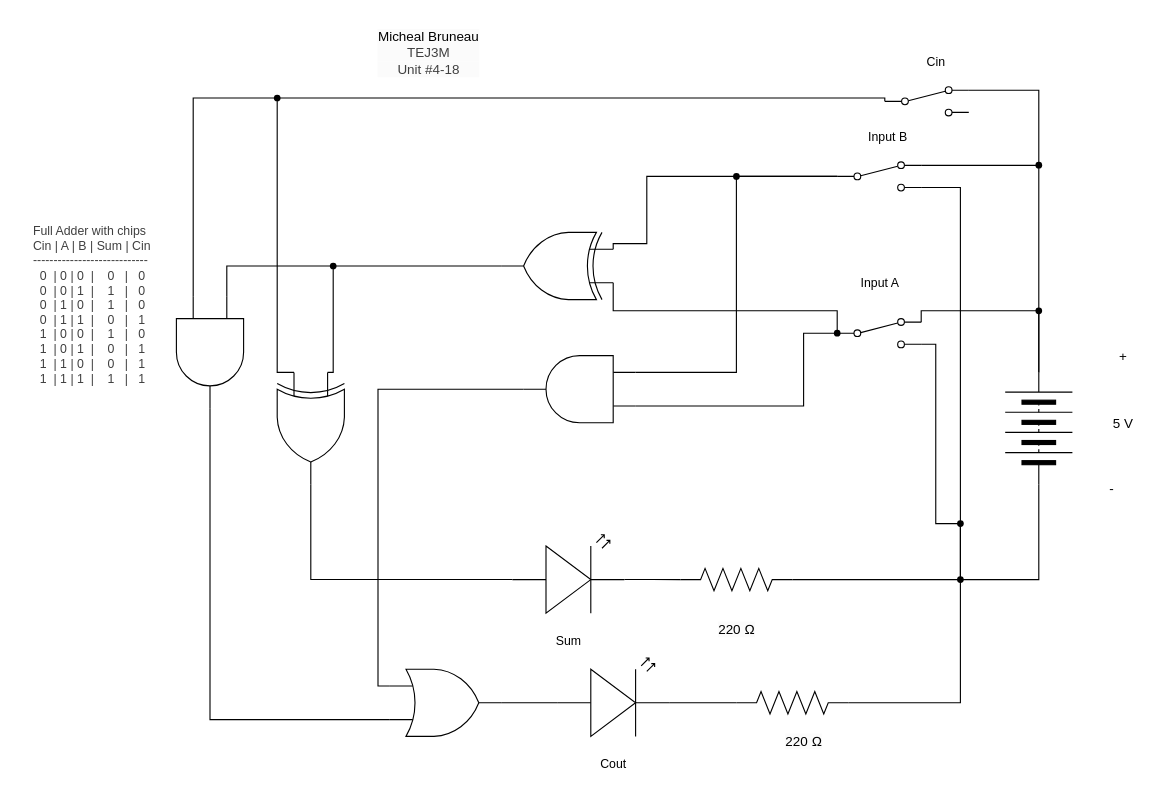
The draw.io diagram TEJ3M 4-18/schematic_diagram.drawio in michael-bruneau/TEJ3M-Unit-4, before the edit. Source tidied: cells renumbered, new cells numbered last; positions are measured from the earlier drawing's top-left corner, leaving out a move shared by most shapes. Both pictures are drawn from the tidied source at 112%, with x=0, y=0 at pixel (19, 19).
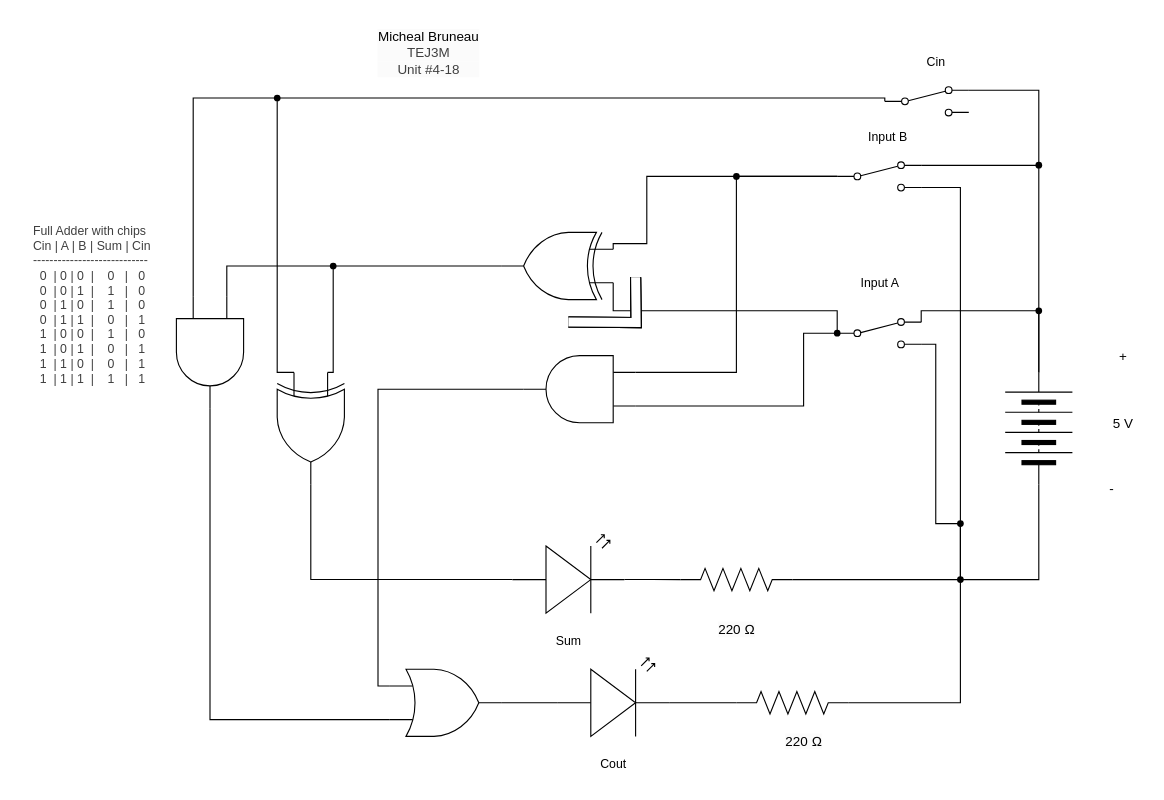
After the change.

The edit, as a diff of the source:
```diff
@@
+    <mxCell id="61" style="shape=filledEdge;curved=0;rounded=0;fixDash=1;endArrow=none;strokeWidth=10;fillColor=#ffffff;edgeStyle=orthogonalEdgeStyle;html=1;strokeColor=default;align=center;verticalAlign=middle;fontFamily=Helvetica;fontSize=11;fontColor=default;labelBackgroundColor=default;" parent="1" edge="1">
+      <mxGeometry relative="1" as="geometry">
+        <mxPoint x="490" y="270" as="sourcePoint" />
+        <mxPoint x="550" y="230" as="targetPoint" />
+      </mxGeometry>
+    </mxCell>
+    <mxCell id="62" style="shape=filledEdge;curved=0;rounded=0;fixDash=1;endArrow=none;strokeWidth=10;fillColor=#ffffff;edgeStyle=orthogonalEdgeStyle;html=1;strokeColor=default;align=center;verticalAlign=middle;fontFamily=Helvetica;fontSize=11;fontColor=default;labelBackgroundColor=default;" parent="1" edge="1">
+      <mxGeometry relative="1" as="geometry">
+        <mxPoint x="490" y="270" as="sourcePoint" />
+        <mxPoint x="550" y="230" as="targetPoint" />
+      </mxGeometry>
+    </mxCell>
+    <mxCell id="63" style="shape=filledEdge;curved=0;rounded=0;fixDash=1;endArrow=none;strokeWidth=10;fillColor=#ffffff;edgeStyle=orthogonalEdgeStyle;html=1;strokeColor=default;align=center;verticalAlign=middle;fontFamily=Helvetica;fontSize=11;fontColor=default;labelBackgroundColor=default;" parent="1" edge="1">
+      <mxGeometry relative="1" as="geometry">
+        <mxPoint x="490" y="270" as="sourcePoint" />
+        <mxPoint x="550" y="230" as="targetPoint" />
+      </mxGeometry>
+    </mxCell>
```
